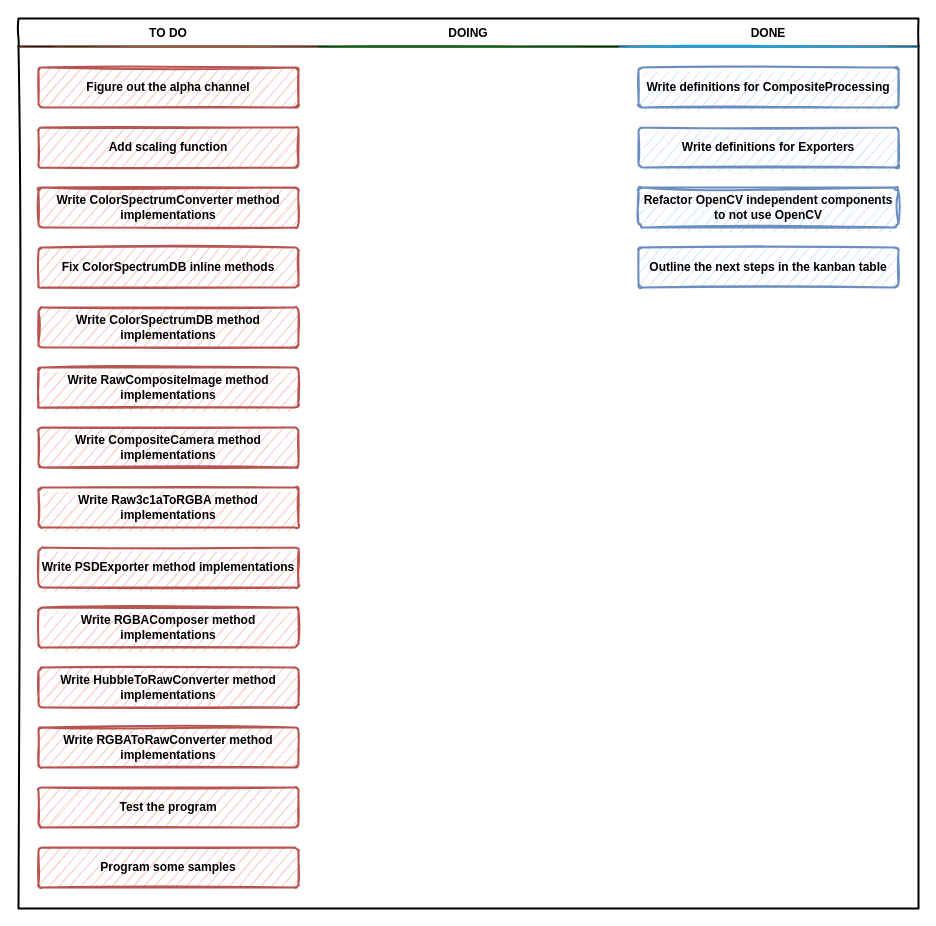
This is Docs/Kanban table.drawio from SpatiumOwl/ComplexSky-2.0, a draw.io file, before an edit. Source tidied: cells renumbered, new cells numbered last; positions are measured from the earlier drawing's top-left corner, leaving out a move shared by most shapes. Both pictures are drawn from the tidied source at 100%, with x=0, y=0 at pixel (18, 18).
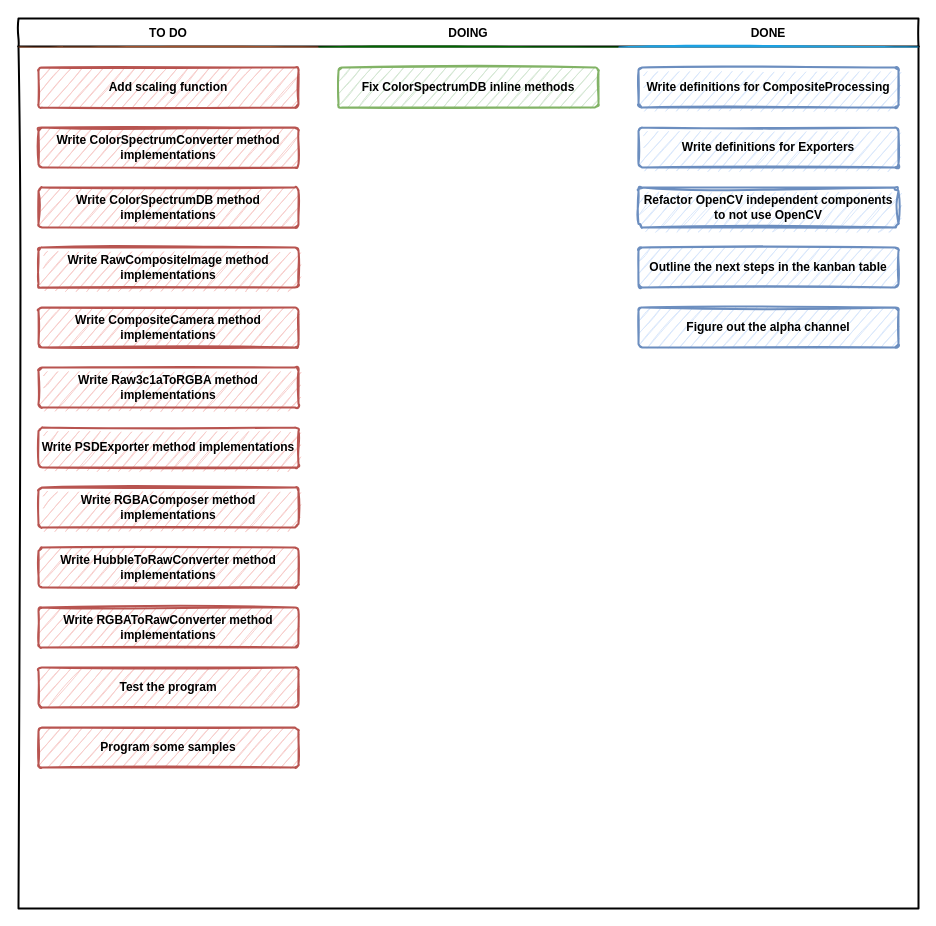
The same page after the edit.

Commit message (it also covers changes not shown here):
Removed unnecessary inlines from ColorSpectrumDB

Unchanged cells that the change refers to:
```xml
<mxCell id="3" value="TO DO" style="swimlane;strokeWidth=2;fontFamily=Permanent Marker;html=0;startSize=1;verticalAlign=bottom;spacingBottom=5;stackBorder=20;sketch=1;strokeColor=none;fillStyle=solid;fillColor=#A0522D;" parent="2" vertex="1">
  <mxGeometry y="28" width="300" height="862" as="geometry" />
</mxCell>
<mxCell id="18" value="DOING" style="swimlane;strokeWidth=2;fontFamily=Permanent Marker;html=0;startSize=1;verticalAlign=bottom;spacingBottom=5;stackBorder=20;sketch=1;strokeColor=none;fillStyle=solid;fillColor=#006600;" parent="2" vertex="1">
  <mxGeometry x="300" y="28" width="300" height="862" as="geometry" />
</mxCell>
<mxCell id="19" value="DONE" style="swimlane;strokeWidth=2;fontFamily=Permanent Marker;html=0;startSize=1;verticalAlign=bottom;spacingBottom=5;stackBorder=20;sketch=1;strokeColor=none;fillStyle=solid;fillColor=#1BA1E2;" parent="2" vertex="1">
  <mxGeometry x="600" y="28" width="300" height="862" as="geometry" />
</mxCell>
```

What changed in the source:
```diff
@@
-    <mxCell id="4" value="Figure out the alpha channel" style="whiteSpace=wrap;html=1;strokeWidth=2;fillColor=#f8cecc;fontStyle=1;spacingTop=0;rounded=1;arcSize=9;sketch=1;fontFamily=Permanent Marker;hachureGap=8;fillWeight=1;strokeColor=#b85450;" parent="3" vertex="1">
-      <mxGeometry x="20" y="21" width="260" height="40" as="geometry" />
-    </mxCell>
     <mxCell id="5" value="Add scaling function" style="whiteSpace=wrap;html=1;strokeWidth=2;fillColor=#f8cecc;fontStyle=1;spacingTop=0;rounded=1;arcSize=9;sketch=1;fontFamily=Permanent Marker;hachureGap=8;fillWeight=1;strokeColor=#b85450;" parent="3" vertex="1">
-      <mxGeometry x="20" y="81" width="260" height="40" as="geometry" />
+      <mxGeometry x="20" y="21" width="260" height="40" as="geometry" />
     </mxCell>
     <mxCell id="6" value="Write ColorSpectrumConverter method implementations" style="whiteSpace=wrap;html=1;strokeWidth=2;fillColor=#f8cecc;fontStyle=1;spacingTop=0;rounded=1;arcSize=9;sketch=1;fontFamily=Permanent Marker;hachureGap=8;fillWeight=1;strokeColor=#b85450;" parent="3" vertex="1">
-      <mxGeometry x="20" y="141" width="260" height="40" as="geometry" />
+      <mxGeometry x="20" y="81" width="260" height="40" as="geometry" />
     </mxCell>
-    <mxCell id="7" value="Fix ColorSpectrumDB inline methods" style="whiteSpace=wrap;html=1;strokeWidth=2;fillColor=#f8cecc;fontStyle=1;spacingTop=0;rounded=1;arcSize=9;sketch=1;fontFamily=Permanent Marker;hachureGap=8;fillWeight=1;strokeColor=#b85450;" parent="3" vertex="1">
-      <mxGeometry x="20" y="201" width="260" height="40" as="geometry" />
-    </mxCell>
     <mxCell id="8" value="Write ColorSpectrumDB method implementations" style="whiteSpace=wrap;html=1;strokeWidth=2;fillColor=#f8cecc;fontStyle=1;spacingTop=0;rounded=1;arcSize=9;sketch=1;fontFamily=Permanent Marker;hachureGap=8;fillWeight=1;strokeColor=#b85450;" parent="3" vertex="1">
-      <mxGeometry x="20" y="261" width="260" height="40" as="geometry" />
+      <mxGeometry x="20" y="141" width="260" height="40" as="geometry" />
     </mxCell>
     <mxCell id="9" value="Write RawCompositeImage method implementations" style="whiteSpace=wrap;html=1;strokeWidth=2;fillColor=#f8cecc;fontStyle=1;spacingTop=0;rounded=1;arcSize=9;sketch=1;fontFamily=Permanent Marker;hachureGap=8;fillWeight=1;strokeColor=#b85450;" parent="3" vertex="1">
-      <mxGeometry x="20" y="321" width="260" height="40" as="geometry" />
+      <mxGeometry x="20" y="201" width="260" height="40" as="geometry" />
     </mxCell>
     <mxCell id="10" value="Write CompositeCamera method implementations" style="whiteSpace=wrap;html=1;strokeWidth=2;fillColor=#f8cecc;fontStyle=1;spacingTop=0;rounded=1;arcSize=9;sketch=1;fontFamily=Permanent Marker;hachureGap=8;fillWeight=1;strokeColor=#b85450;" parent="3" vertex="1">
-      <mxGeometry x="20" y="381" width="260" height="40" as="geometry" />
+      <mxGeometry x="20" y="261" width="260" height="40" as="geometry" />
     </mxCell>
     <mxCell id="11" value="Write Raw3c1aToRGBA method implementations" style="whiteSpace=wrap;html=1;strokeWidth=2;fillColor=#f8cecc;fontStyle=1;spacingTop=0;rounded=1;arcSize=9;sketch=1;fontFamily=Permanent Marker;hachureGap=8;fillWeight=1;strokeColor=#b85450;" parent="3" vertex="1">
-      <mxGeometry x="20" y="441" width="260" height="40" as="geometry" />
+      <mxGeometry x="20" y="321" width="260" height="40" as="geometry" />
     </mxCell>
     <mxCell id="12" value="Write PSDExporter method implementations" style="whiteSpace=wrap;html=1;strokeWidth=2;fillColor=#f8cecc;fontStyle=1;spacingTop=0;rounded=1;arcSize=9;sketch=1;fontFamily=Permanent Marker;hachureGap=8;fillWeight=1;strokeColor=#b85450;" parent="3" vertex="1">
-      <mxGeometry x="20" y="501" width="260" height="40" as="geometry" />
+      <mxGeometry x="20" y="381" width="260" height="40" as="geometry" />
     </mxCell>
     <mxCell id="13" value="Write RGBAComposer method implementations" style="whiteSpace=wrap;html=1;strokeWidth=2;fillColor=#f8cecc;fontStyle=1;spacingTop=0;rounded=1;arcSize=9;sketch=1;fontFamily=Permanent Marker;hachureGap=8;fillWeight=1;strokeColor=#b85450;" parent="3" vertex="1">
-      <mxGeometry x="20" y="561" width="260" height="40" as="geometry" />
+      <mxGeometry x="20" y="441" width="260" height="40" as="geometry" />
     </mxCell>
     <mxCell id="14" value="Write HubbleToRawConverter method implementations" style="whiteSpace=wrap;html=1;strokeWidth=2;fillColor=#f8cecc;fontStyle=1;spacingTop=0;rounded=1;arcSize=9;sketch=1;fontFamily=Permanent Marker;hachureGap=8;fillWeight=1;strokeColor=#b85450;" parent="3" vertex="1">
-      <mxGeometry x="20" y="621" width="260" height="40" as="geometry" />
+      <mxGeometry x="20" y="501" width="260" height="40" as="geometry" />
     </mxCell>
     <mxCell id="15" value="Write RGBAToRawConverter method implementations" style="whiteSpace=wrap;html=1;strokeWidth=2;fillColor=#f8cecc;fontStyle=1;spacingTop=0;rounded=1;arcSize=9;sketch=1;fontFamily=Permanent Marker;hachureGap=8;fillWeight=1;strokeColor=#b85450;" parent="3" vertex="1">
-      <mxGeometry x="20" y="681" width="260" height="40" as="geometry" />
+      <mxGeometry x="20" y="561" width="260" height="40" as="geometry" />
     </mxCell>
     <mxCell id="16" value="Test the program" style="whiteSpace=wrap;html=1;strokeWidth=2;fillColor=#f8cecc;fontStyle=1;spacingTop=0;rounded=1;arcSize=9;sketch=1;fontFamily=Permanent Marker;hachureGap=8;fillWeight=1;strokeColor=#b85450;" parent="3" vertex="1">
-      <mxGeometry x="20" y="741" width="260" height="40" as="geometry" />
+      <mxGeometry x="20" y="621" width="260" height="40" as="geometry" />
     </mxCell>
     <mxCell id="17" value="Program some samples" style="whiteSpace=wrap;html=1;strokeWidth=2;fillColor=#f8cecc;fontStyle=1;spacingTop=0;rounded=1;arcSize=9;sketch=1;fontFamily=Permanent Marker;hachureGap=8;fillWeight=1;strokeColor=#b85450;" parent="3" vertex="1">
-      <mxGeometry x="20" y="801" width="260" height="40" as="geometry" />
+      <mxGeometry x="20" y="681" width="260" height="40" as="geometry" />
     </mxCell>
@@
+    <mxCell id="7" value="Fix ColorSpectrumDB inline methods" style="whiteSpace=wrap;html=1;strokeWidth=2;fillColor=#d5e8d4;fontStyle=1;spacingTop=0;rounded=1;arcSize=9;sketch=1;fontFamily=Permanent Marker;hachureGap=8;fillWeight=1;strokeColor=#82b366;" parent="18" vertex="1">
+      <mxGeometry x="20" y="21" width="260" height="40" as="geometry" />
+    </mxCell>
@@
+    <mxCell id="4" value="Figure out the alpha channel" style="whiteSpace=wrap;html=1;strokeWidth=2;fillColor=#dae8fc;fontStyle=1;spacingTop=0;rounded=1;arcSize=9;sketch=1;fontFamily=Permanent Marker;hachureGap=8;fillWeight=1;strokeColor=#6c8ebf;" parent="19" vertex="1">
+      <mxGeometry x="20" y="261" width="260" height="40" as="geometry" />
+    </mxCell>
```
